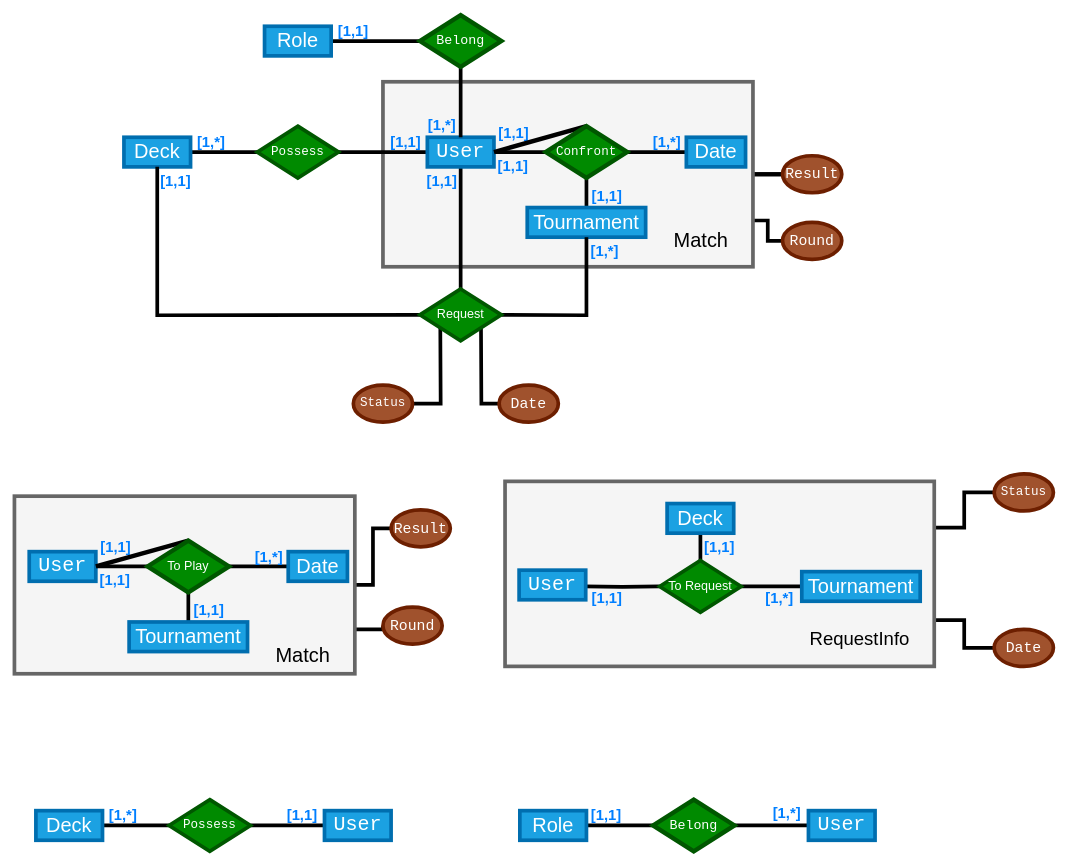
Earlier version of the draw.io diagram database_design/design.drawio (chavely15k/yu_gi_oh). Source tidied: cells renumbered, new cells numbered last; positions are measured from the earlier drawing's top-left corner, leaving out a move shared by most shapes. Both pictures are drawn from the tidied source at 74%, with x=0, y=0 at pixel (14, 15).
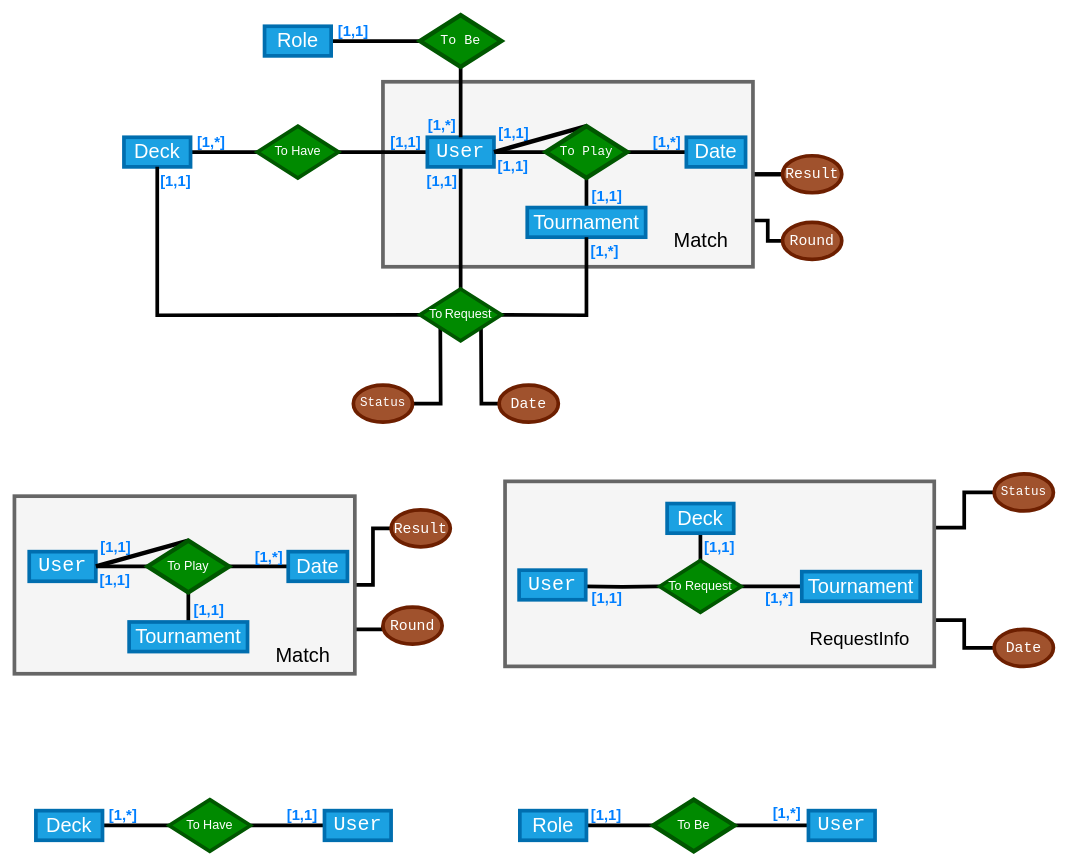
The same diagram, later.

What changed in the source:
```diff
@@
-    <mxCell id="19" value="&lt;div class=&quot;QmZWSe&quot;&gt;&lt;div class=&quot;DHcWmd&quot;&gt;&lt;/div&gt;&lt;/div&gt;&lt;pre dir=&quot;ltr&quot; style=&quot;text-align: left; font-size: 17px;&quot; id=&quot;tw-target-text&quot; class=&quot;tw-data-text tw-text-large tw-ta&quot;&gt;Possess&lt;/pre&gt;" style="rhombus;whiteSpace=wrap;html=1;fillColor=#008a00;fontColor=#ffffff;strokeColor=#005700;strokeWidth=5;" parent="1" vertex="1">
+    <mxCell id="19" value="&lt;font style=&quot;font-size: 17px;&quot;&gt;To Have&lt;/font&gt;" style="rhombus;whiteSpace=wrap;html=1;fillColor=#008a00;fontColor=#ffffff;strokeColor=#005700;strokeWidth=5;" parent="1" vertex="1">
       <mxGeometry x="328" y="150" width="110" height="70" as="geometry" />
     </mxCell>
@@
-    <mxCell id="30" value="&lt;pre dir=&quot;ltr&quot; style=&quot;text-align: left; font-size: 17px;&quot; id=&quot;tw-target-text&quot; class=&quot;tw-data-text tw-text-large tw-ta&quot;&gt;Confront&lt;/pre&gt;" style="rhombus;whiteSpace=wrap;html=1;fillColor=#008a00;fontColor=#ffffff;strokeColor=#005700;strokeWidth=6;" parent="1" vertex="1">
+    <mxCell id="30" value="&lt;pre dir=&quot;ltr&quot; style=&quot;text-align: left; font-size: 17px;&quot; id=&quot;tw-target-text&quot; class=&quot;tw-data-text tw-text-large tw-ta&quot;&gt;To Play&lt;/pre&gt;" style="rhombus;whiteSpace=wrap;html=1;fillColor=#008a00;fontColor=#ffffff;strokeColor=#005700;strokeWidth=6;" parent="1" vertex="1">
       <mxGeometry x="718" y="150" width="110" height="70" as="geometry" />
     </mxCell>
@@
-    <mxCell id="34" value="&lt;pre dir=&quot;ltr&quot; style=&quot;text-align:left&quot; id=&quot;tw-target-text&quot; class=&quot;tw-data-text tw-text-large tw-ta&quot;&gt;&lt;font style=&quot;font-size: 18px;&quot;&gt;Belong&lt;/font&gt;&lt;/pre&gt;" style="rhombus;whiteSpace=wrap;html=1;fillColor=#008a00;fontColor=#ffffff;strokeColor=#005700;strokeWidth=6;" parent="1" vertex="1">
+    <mxCell id="34" value="&lt;pre dir=&quot;ltr&quot; style=&quot;text-align:left&quot; id=&quot;tw-target-text&quot; class=&quot;tw-data-text tw-text-large tw-ta&quot;&gt;&lt;font style=&quot;font-size: 18px;&quot;&gt;To Be&lt;/font&gt;&lt;/pre&gt;" style="rhombus;whiteSpace=wrap;html=1;fillColor=#008a00;fontColor=#ffffff;strokeColor=#005700;strokeWidth=6;" parent="1" vertex="1">
       <mxGeometry x="548" width="110" height="70" as="geometry" />
     </mxCell>
@@
-    <mxCell id="40" value="&lt;font style=&quot;font-size: 17px;&quot;&gt;Request&lt;/font&gt; " style="rhombus;whiteSpace=wrap;html=1;fillColor=#008a00;fontColor=#ffffff;strokeColor=#005700;strokeWidth=5;" parent="1" vertex="1">
+    <mxCell id="40" value="&lt;font style=&quot;font-size: 17px;&quot;&gt;To&lt;/font&gt; &lt;font style=&quot;font-size: 17px;&quot;&gt;Request&lt;/font&gt; " style="rhombus;whiteSpace=wrap;html=1;fillColor=#008a00;fontColor=#ffffff;strokeColor=#005700;strokeWidth=5;" parent="1" vertex="1">
       <mxGeometry x="548" y="370" width="110" height="70" as="geometry" />
     </mxCell>
@@
-    <mxCell id="86" value="&lt;div class=&quot;QmZWSe&quot;&gt;&lt;div class=&quot;DHcWmd&quot;&gt;&lt;/div&gt;&lt;/div&gt;&lt;pre dir=&quot;ltr&quot; style=&quot;text-align: left; font-size: 17px;&quot; id=&quot;tw-target-text&quot; class=&quot;tw-data-text tw-text-large tw-ta&quot;&gt;Possess&lt;/pre&gt;" style="rhombus;whiteSpace=wrap;html=1;fillColor=#008a00;fontColor=#ffffff;strokeColor=#005700;strokeWidth=5;" parent="1" vertex="1">
+    <mxCell id="86" value="&lt;font style=&quot;font-size: 17px;&quot;&gt;To Have&lt;/font&gt;" style="rhombus;whiteSpace=wrap;html=1;fillColor=#008a00;fontColor=#ffffff;strokeColor=#005700;strokeWidth=5;" parent="1" vertex="1">
       <mxGeometry x="209" y="1060" width="110" height="70" as="geometry" />
     </mxCell>
@@
-    <mxCell id="93" value="&lt;pre dir=&quot;ltr&quot; style=&quot;text-align:left&quot; id=&quot;tw-target-text&quot; class=&quot;tw-data-text tw-text-large tw-ta&quot;&gt;&lt;font style=&quot;font-size: 18px;&quot;&gt;Belong&lt;/font&gt;&lt;/pre&gt;" style="rhombus;whiteSpace=wrap;html=1;fillColor=#008a00;fontColor=#ffffff;strokeColor=#005700;strokeWidth=6;" parent="1" vertex="1">
+    <mxCell id="93" value="&lt;font style=&quot;font-size: 17px;&quot;&gt;To Be&lt;/font&gt;" style="rhombus;whiteSpace=wrap;html=1;fillColor=#008a00;fontColor=#ffffff;strokeColor=#005700;strokeWidth=6;" parent="1" vertex="1">
       <mxGeometry x="863" y="1060" width="110" height="70" as="geometry" />
     </mxCell>
```
